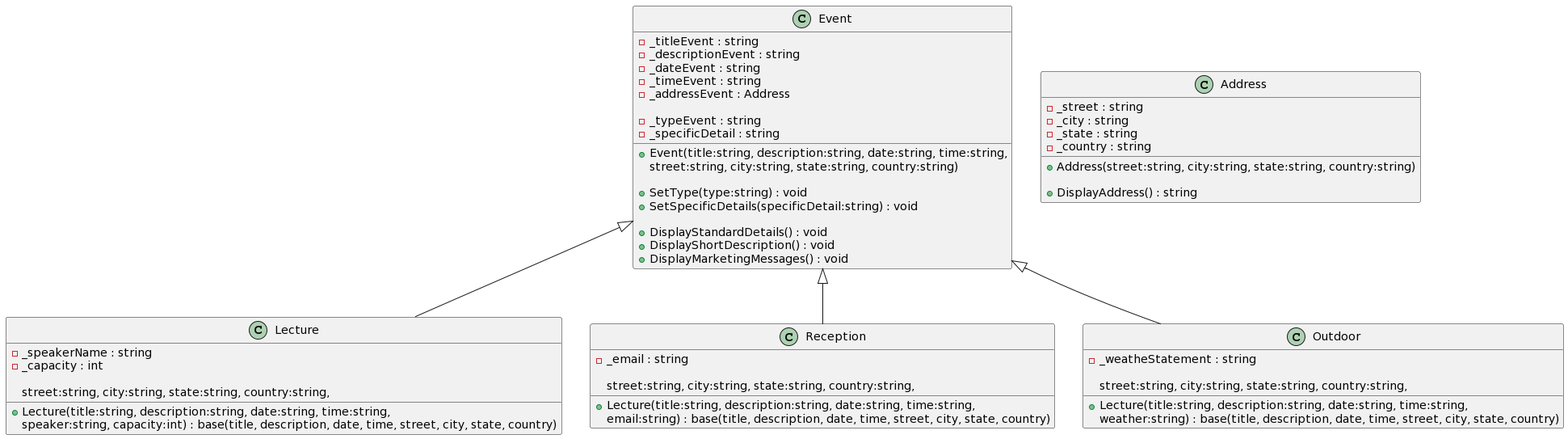
This is final/Foundation3/inheritance-activity-design-foundation3-cse210.png from christianperaza/cse210, a PlantUML export, as it was before one commit.
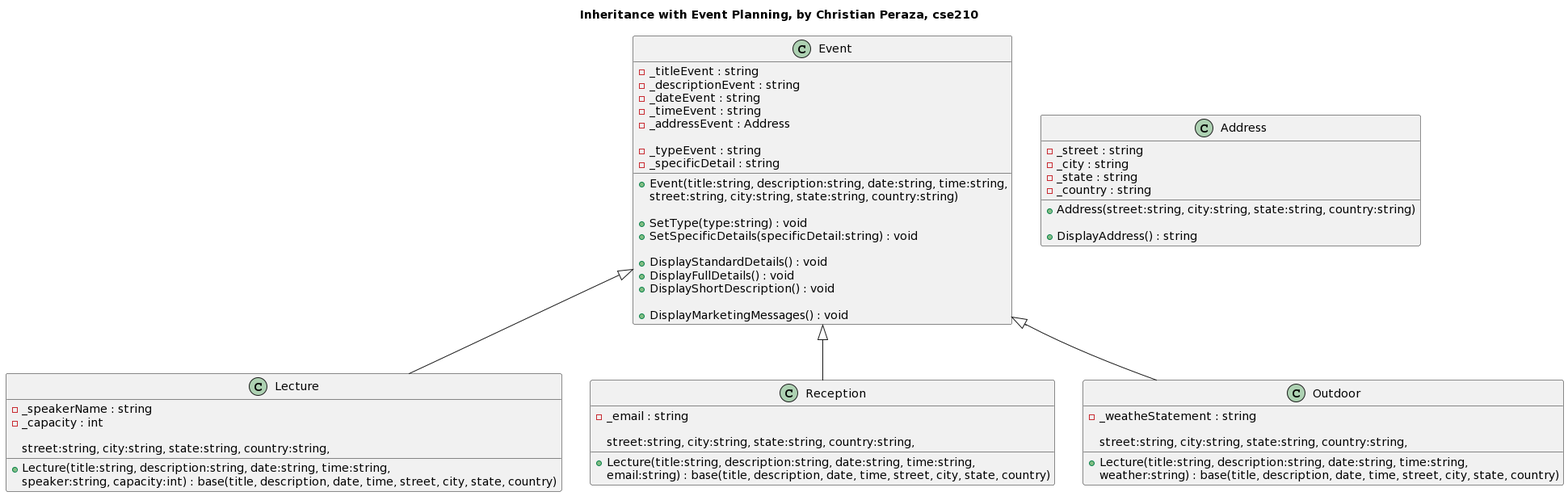
The same diagram one commit later.

The edit, as a diff of the source:
```diff
@@ -1,4 +1,6 @@
 @startuml
+title Inheritance with Event Planning, by Christian Peraza, cse210
+
 Event <|-- Lecture
 Event <|-- Reception
 Event <|-- Outdoor
@@ -20,7 +22,9 @@
 + SetSpecificDetails(specificDetail:string) : void
 
 + DisplayStandardDetails() : void
++ DisplayFullDetails() : void
 + DisplayShortDescription() : void
+
 + DisplayMarketingMessages() : void
 }
 
```
